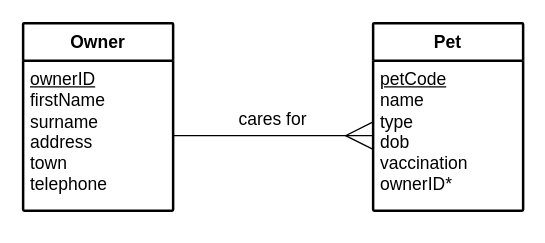
Before: page "Owner" (14 of 15) of n5-cs/ddd/N5-DDD-Clydeview/assets/Diagrams/N5 DDD Clydeview.drawio in MrFriendCS/MrFriendCS.github.io, a draw.io diagram. Source tidied: cells renumbered, new cells numbered last; positions are measured from the earlier drawing's top-left corner, leaving out a move shared by most shapes. Both pictures are drawn from the tidied source at 125%, with x=0, y=0 at pixel (22, 22).
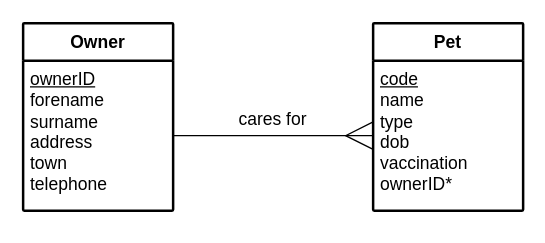
Above is the later version.

Diff of the diagram source:
```diff
@@
 <mxGraphModel>
   <root>
     <mxCell id="0" />
     <mxCell id="1" parent="0" />
     <mxCell id="2" value="&lt;b&gt;Owner&lt;/b&gt;" style="swimlane;horizontal=1;startSize=30;rounded=1;fontSize=14;fontStyle=0;strokeWidth=2;shadow=0;dashed=0;align=center;arcSize=1;whiteSpace=wrap;html=1;fillColor=none;" parent="1" vertex="1">
       <mxGeometry width="120" height="150" as="geometry" />
     </mxCell>
-    <mxCell id="3" value="&lt;font style=&quot;font-size: 14px;&quot;&gt;&lt;u style=&quot;&quot;&gt;ownerID&lt;/u&gt;&lt;br&gt;firstName&lt;br&gt;surname&lt;br&gt;address&lt;br&gt;town&lt;br&gt;telephone&lt;/font&gt;" style="align=left;strokeColor=none;fillColor=none;spacingLeft=4;fontSize=12;verticalAlign=top;html=1;" parent="2" vertex="1">
+    <mxCell id="3" value="&lt;font style=&quot;font-size: 14px;&quot;&gt;&lt;u style=&quot;&quot;&gt;ownerID&lt;/u&gt;&lt;br&gt;forename&lt;br&gt;surname&lt;br&gt;address&lt;br&gt;town&lt;br&gt;telephone&lt;/font&gt;" style="align=left;strokeColor=none;fillColor=none;spacingLeft=4;fontSize=12;verticalAlign=top;html=1;" parent="2" vertex="1">
       <mxGeometry y="30" width="120" height="120" as="geometry" />
     </mxCell>
     <mxCell id="4" style="edgeStyle=orthogonalEdgeStyle;rounded=0;orthogonalLoop=1;jettySize=auto;html=1;exitX=0.5;exitY=1;exitDx=0;exitDy=0;" parent="2" edge="1" source="3" target="3">
       <mxGeometry relative="1" as="geometry" />
     </mxCell>
     <mxCell id="5" value="&lt;b&gt;Pet&lt;/b&gt;" style="swimlane;horizontal=1;startSize=30;rounded=1;fontSize=14;fontStyle=0;strokeWidth=2;shadow=0;dashed=0;align=center;arcSize=1;whiteSpace=wrap;html=1;fillColor=none;" parent="1" vertex="1">
       <mxGeometry x="280" width="120" height="150" as="geometry" />
     </mxCell>
-    <mxCell id="6" value="&lt;font style=&quot;font-size: 14px;&quot;&gt;&lt;u style=&quot;&quot;&gt;petCode&lt;br&gt;&lt;/u&gt;name&lt;br&gt;type&lt;br&gt;dob&lt;br&gt;vaccination&lt;br&gt;ownerID*&lt;/font&gt;" style="align=left;strokeColor=none;fillColor=none;spacingLeft=4;fontSize=12;verticalAlign=top;html=1;" parent="5" vertex="1">
+    <mxCell id="6" value="&lt;font style=&quot;font-size: 14px;&quot;&gt;&lt;u style=&quot;&quot;&gt;code&lt;br&gt;&lt;/u&gt;name&lt;br&gt;type&lt;br&gt;dob&lt;br&gt;vaccination&lt;br&gt;ownerID*&lt;/font&gt;" style="align=left;strokeColor=none;fillColor=none;spacingLeft=4;fontSize=12;verticalAlign=top;html=1;" parent="5" vertex="1">
       <mxGeometry y="30" width="120" height="120" as="geometry" />
     </mxCell>
     <mxCell id="7" style="rounded=0;jettySize=auto;html=1;exitX=1;exitY=0.5;exitDx=0;exitDy=0;entryX=0;entryY=0.5;entryDx=0;entryDy=0;endArrow=ERmany;endFill=0;endSize=20;" parent="1" edge="1" source="3" target="6">
       <mxGeometry relative="1" as="geometry" />
     </mxCell>
     <mxCell id="8" value="&lt;font style=&quot;font-size: 14px;&quot;&gt;cares for&lt;/font&gt;" style="text;html=1;align=center;verticalAlign=middle;whiteSpace=wrap;rounded=0;" parent="1" vertex="1">
       <mxGeometry x="170" y="67" width="60" height="20" as="geometry" />
     </mxCell>
   </root>
 </mxGraphModel>
```
